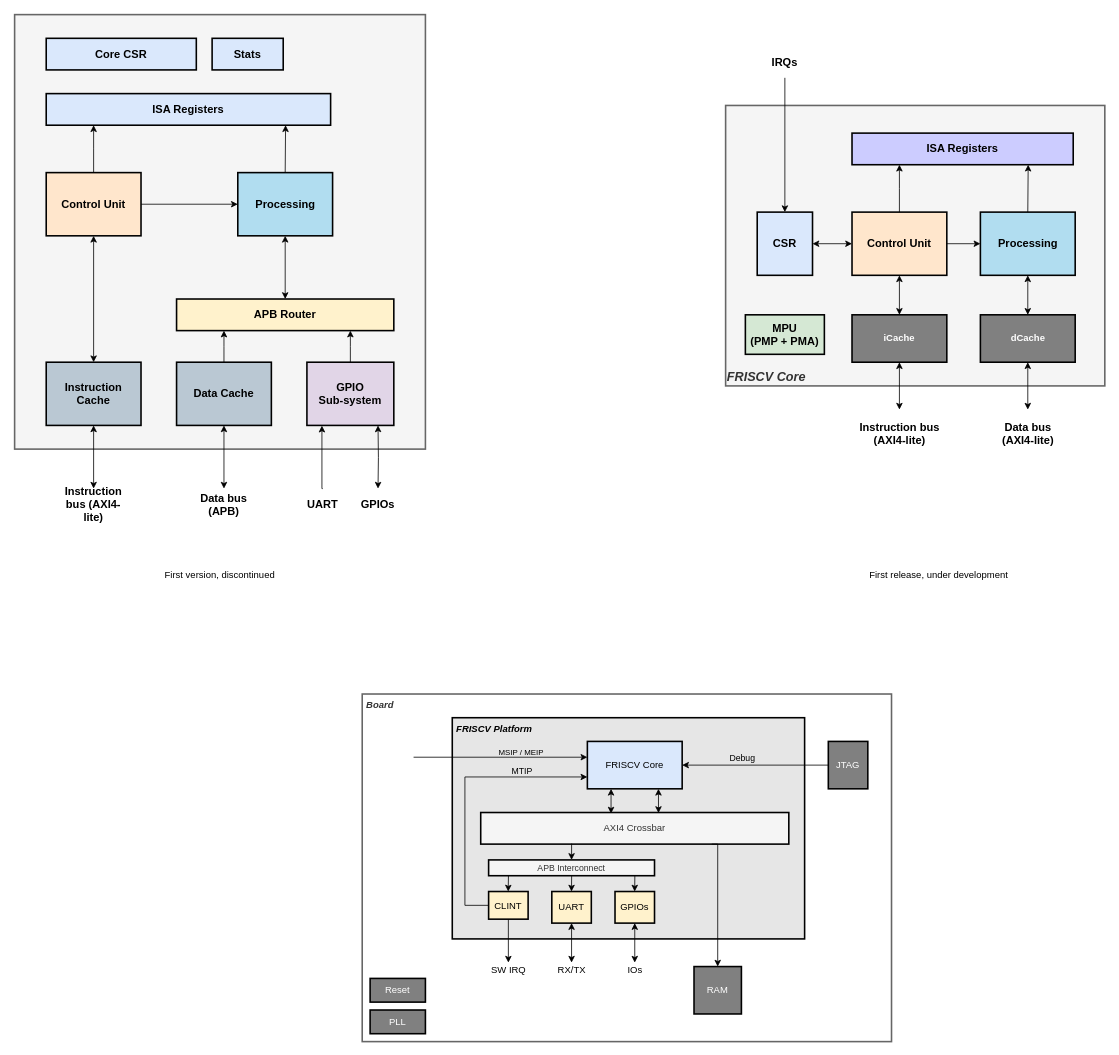
dpretet/friscv keeps this draw.io diagram as page "Core/Platform" (2 of 13) of doc/friscv.drawio. Above is the earlier version. Source tidied: cells renumbered, new cells numbered last; positions are measured from the earlier drawing's top-left corner, leaving out a move shared by most shapes. Both pictures are drawn from the tidied source at 79%, with x=0, y=0 at pixel (14, 14).
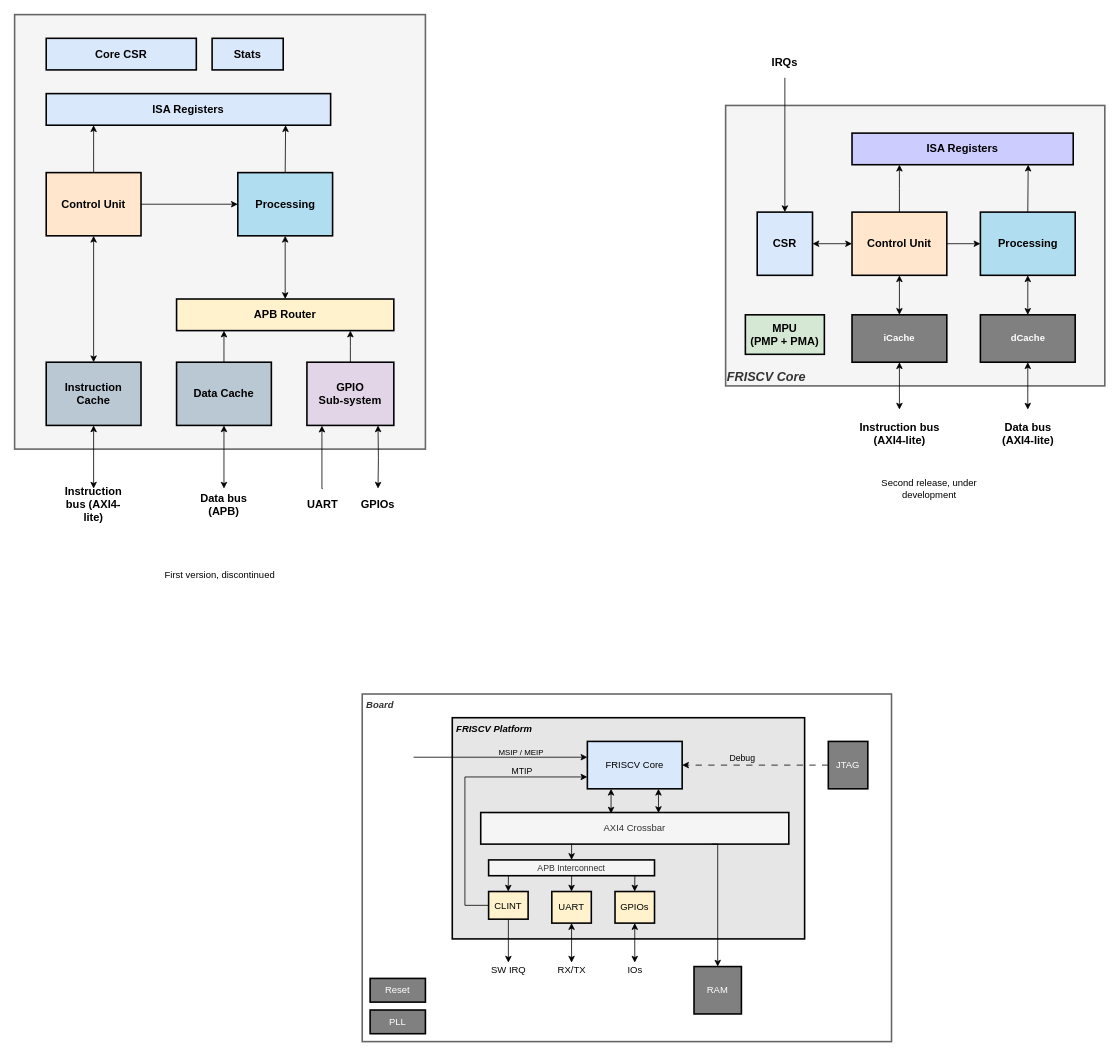
The same diagram, later.

The change refers to these unchanged cells:
```xml
<mxCell id="53" value="FRISCV Core" style="rounded=0;whiteSpace=wrap;html=1;strokeWidth=2;fillColor=#dae8fc;strokeColor=#000000;" parent="1" vertex="1">
  <mxGeometry x="725" y="920" width="120" height="60" as="geometry" />
</mxCell>
<mxCell id="68" value="JTAG" style="rounded=0;whiteSpace=wrap;html=1;fillColor=#808080;strokeWidth=2;fontColor=#FFFFFF;strokeColor=default;" parent="1" vertex="1">
  <mxGeometry x="1030" y="920" width="50" height="60" as="geometry" />
</mxCell>
```

Change to the diagram source:
```diff
@@
-    <mxCell id="48" value="First release, under development" style="text;html=1;strokeColor=none;fillColor=none;align=center;verticalAlign=middle;whiteSpace=wrap;rounded=0;fontColor=#000000;" parent="1" vertex="1">
-      <mxGeometry x="1080" y="700" width="180" height="20" as="geometry" />
+    <mxCell id="48" value="Second release, under development" style="text;html=1;strokeColor=none;fillColor=none;align=center;verticalAlign=middle;whiteSpace=wrap;rounded=0;fontColor=#000000;" parent="1" vertex="1">
+      <mxGeometry x="1067.5" y="590" width="180" height="20" as="geometry" />
     </mxCell>
@@
-    <mxCell id="66" style="edgeStyle=orthogonalEdgeStyle;rounded=0;jettySize=auto;html=1;fontColor=#000000;entryX=1;entryY=0.5;entryDx=0;entryDy=0;" parent="1" edge="1" source="68" target="53">
+    <mxCell id="66" style="edgeStyle=orthogonalEdgeStyle;rounded=0;jettySize=auto;html=1;fontColor=#000000;entryX=1;entryY=0.5;entryDx=0;entryDy=0;dashed=1;dashPattern=8 8;" parent="1" edge="1" source="68" target="53">
       <mxGeometry relative="1" as="geometry" />
     </mxCell>
```
